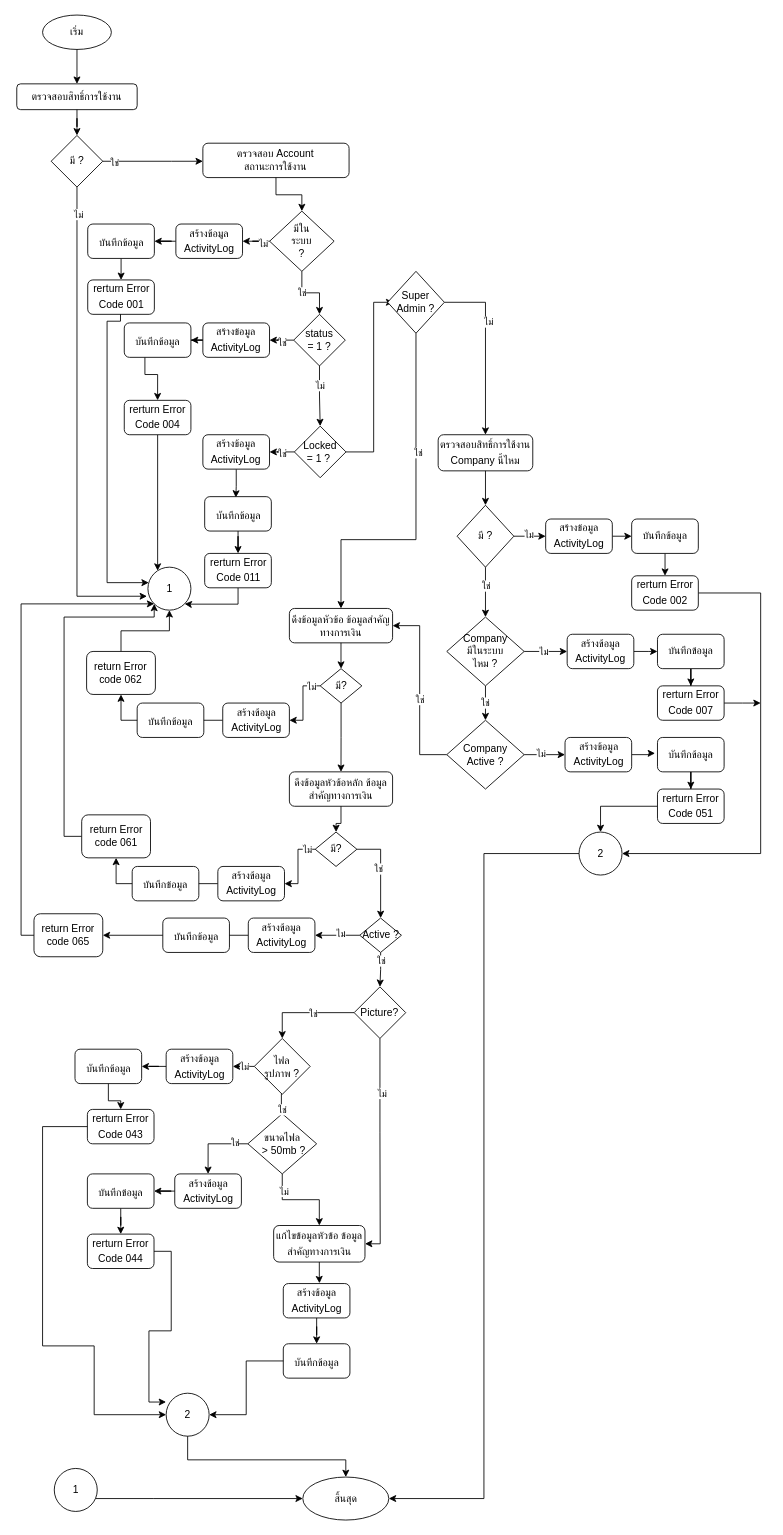
Before: page "หน้า-4" (4 of 4) of ImpotantFinancial.drawio in charifrodmanee/charifrodmanee, a draw.io diagram. Source tidied: cells renumbered, new cells numbered last; positions are measured from the earlier drawing's top-left corner, leaving out a move shared by most shapes. Both pictures are drawn from the tidied source at 86%, with x=0, y=0 at pixel (16, 15).
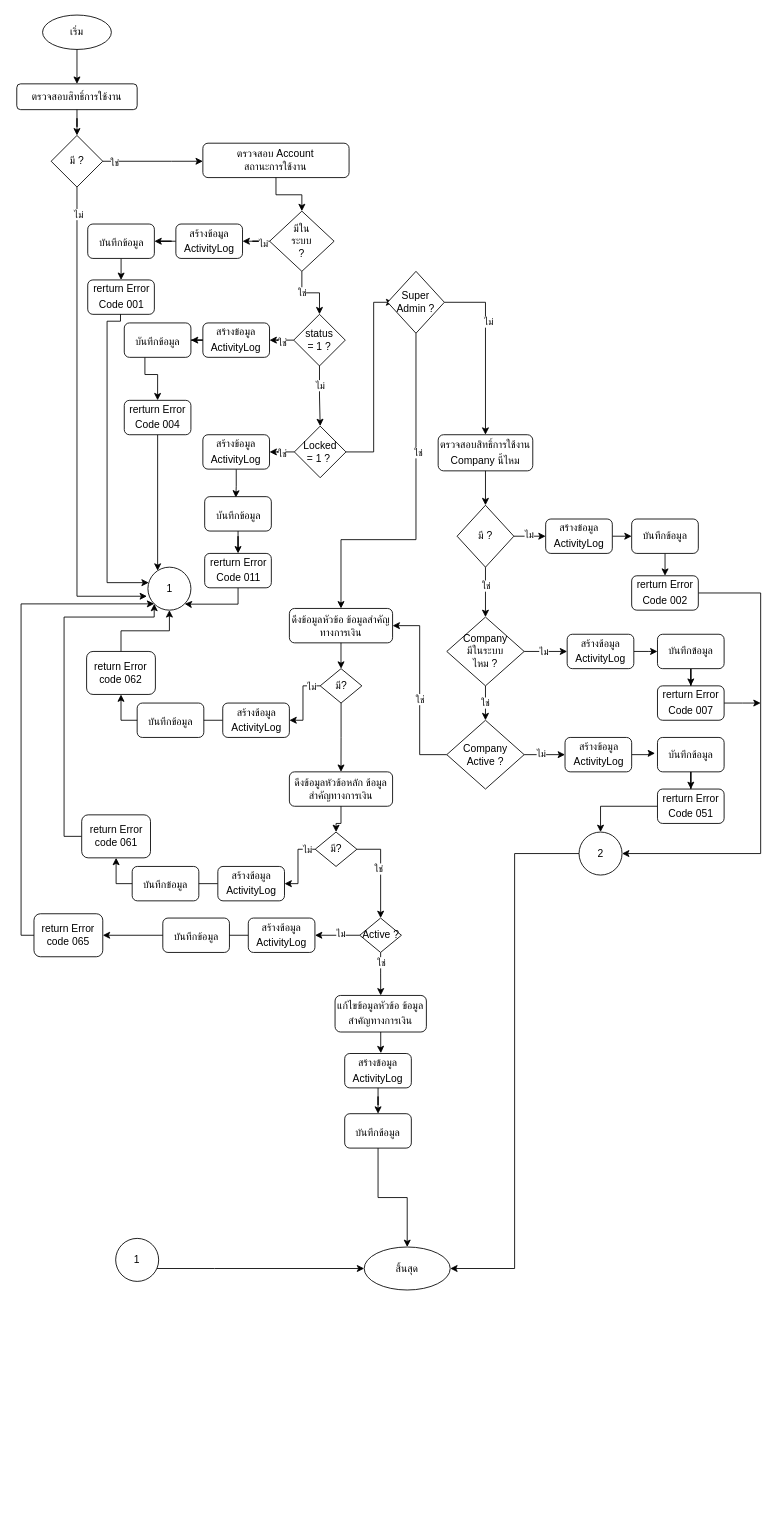
After the change.

Unchanged cells that the change refers to:
```xml
<mxCell id="101" value="Active ?" style="rhombus;whiteSpace=wrap;html=1;" parent="1" vertex="1">
  <mxGeometry x="398.8" y="1050" width="48.5" height="40" as="geometry" />
</mxCell>
```

What changed in the source:
```diff
@@
-    <mxCell id="98" style="edgeStyle=orthogonalEdgeStyle;rounded=0;jettySize=auto;html=1;entryX=0.5;entryY=0;entryDx=0;entryDy=0;" parent="1" edge="1" source="101" target="108">
+    <mxCell id="98" style="edgeStyle=orthogonalEdgeStyle;rounded=0;jettySize=auto;html=1;entryX=0.5;entryY=0;entryDx=0;entryDy=0;" parent="1" edge="1" source="101" target="113">
       <mxGeometry relative="1" as="geometry" />
     </mxCell>
@@
-    <mxCell id="108" value="Picture?" style="rhombus;whiteSpace=wrap;html=1;" parent="1" vertex="1">
-      <mxGeometry x="392.3" y="1130" width="60" height="60" as="geometry" />
-    </mxCell>
-    <mxCell id="109" style="edgeStyle=orthogonalEdgeStyle;rounded=0;jettySize=auto;html=1;entryX=0.5;entryY=0;entryDx=0;entryDy=0;" parent="1" edge="1" source="108" target="118">
-      <mxGeometry relative="1" as="geometry" />
-    </mxCell>
-    <mxCell id="110" value="ใช่" style="edgeLabel;html=1;align=center;verticalAlign=middle;" parent="109" vertex="1">
-      <mxGeometry x="-0.15" y="1" relative="1" as="geometry" />
-    </mxCell>
-    <mxCell id="111" style="group;" parent="1" vertex="1">
-      <mxGeometry x="30" y="1190" width="370" height="462.5" as="geometry" />
-    </mxCell>
-    <mxCell id="112" style="group;" parent="111" vertex="1">
-      <mxGeometry x="273.7" y="217.5" width="96.2" height="177.5" as="geometry" />
-    </mxCell>
-    <mxCell id="113" value="แก้ไขข้อมูลหัวข้อ ข้อมูลสำคัญทางการเงิน&lt;span style=&quot;font-size: medium; text-align: start;&quot;&gt;&lt;/span&gt;" style="rounded=1;whiteSpace=wrap;html=1;" parent="112" vertex="1">
-      <mxGeometry x="-5" width="106.2" height="42.5" as="geometry" />
-    </mxCell>
-    <mxCell id="114" value="สร้างข้อมูล ActivityLog&lt;span style=&quot;font-size: medium; text-align: start;&quot;&gt;&lt;/span&gt;" style="rounded=1;whiteSpace=wrap;html=1;" parent="112" vertex="1">
-      <mxGeometry x="6.2" y="67.5" width="77.5" height="40" as="geometry" />
-    </mxCell>
-    <mxCell id="115" style="edgeStyle=orthogonalEdgeStyle;rounded=0;jettySize=auto;html=1;entryX=0.543;entryY=-0.009;entryDx=0;entryDy=0;entryPerimeter=0;" parent="112" edge="1" source="113" target="114">
-      <mxGeometry relative="1" as="geometry" />
-    </mxCell>
-    <mxCell id="116" value="บันทึกข้อมูล&lt;span style=&quot;font-size: medium; text-align: start;&quot;&gt;&lt;/span&gt;" style="rounded=1;whiteSpace=wrap;html=1;" parent="112" vertex="1">
-      <mxGeometry x="6.2" y="137.5" width="77.5" height="40" as="geometry" />
-    </mxCell>
-    <mxCell id="117" style="edgeStyle=orthogonalEdgeStyle;rounded=0;jettySize=auto;html=1;" parent="112" edge="1" source="114" target="116">
-      <mxGeometry relative="1" as="geometry" />
-    </mxCell>
-    <mxCell id="118" value="ไฟล&lt;br&gt;รูปภาพ ?" style="rhombus;whiteSpace=wrap;html=1;" parent="111" vertex="1">
-      <mxGeometry x="246.2" width="65" height="65" as="geometry" />
-    </mxCell>
-    <mxCell id="119" style="edgeStyle=orthogonalEdgeStyle;rounded=0;jettySize=auto;html=1;entryX=0.5;entryY=0;entryDx=0;entryDy=0;" parent="111" edge="1" source="121" target="113">
-      <mxGeometry relative="1" as="geometry" />
-    </mxCell>
-    <mxCell id="120" value="ไม่" style="edgeLabel;html=1;align=center;verticalAlign=middle;" parent="119" vertex="1">
-      <mxGeometry x="-0.62" y="2" relative="1" as="geometry" />
-    </mxCell>
-    <mxCell id="121" value="ขนาดไฟล&lt;br&gt;&amp;nbsp;&amp;gt; 50mb ?" style="rhombus;whiteSpace=wrap;html=1;" parent="111" vertex="1">
-      <mxGeometry x="238.7" y="87.5" width="80" height="70" as="geometry" />
-    </mxCell>
-    <mxCell id="122" style="edgeStyle=orthogonalEdgeStyle;rounded=0;jettySize=auto;html=1;" parent="111" edge="1" source="118" target="121">
-      <mxGeometry relative="1" as="geometry">
-        <Array as="points">
-          <mxPoint x="277.7" y="85.5" />
-          <mxPoint x="278.7" y="85.5" />
-        </Array>
-      </mxGeometry>
-    </mxCell>
-    <mxCell id="123" value="ใช่" style="edgeLabel;html=1;align=center;verticalAlign=middle;" parent="122" vertex="1">
-      <mxGeometry x="0.47" y="1" relative="1" as="geometry" />
-    </mxCell>
-    <mxCell id="124" value="rerturn Error Code 043&lt;span style=&quot;font-size: medium; text-align: start;&quot;&gt;&lt;/span&gt;" style="rounded=1;whiteSpace=wrap;html=1;" parent="111" vertex="1">
-      <mxGeometry x="52.1" y="82.5" width="77.5" height="40" as="geometry" />
-    </mxCell>
-    <mxCell id="125" value="สร้างข้อมูล ActivityLog&lt;span style=&quot;font-size: medium; text-align: start;&quot;&gt;&lt;/span&gt;" style="rounded=1;whiteSpace=wrap;html=1;" parent="111" vertex="1">
-      <mxGeometry x="143.7" y="12.5" width="77.5" height="40" as="geometry" />
-    </mxCell>
-    <mxCell id="126" style="edgeStyle=orthogonalEdgeStyle;rounded=0;jettySize=auto;html=1;" parent="111" edge="1" source="118" target="125">
-      <mxGeometry relative="1" as="geometry" />
-    </mxCell>
-    <mxCell id="127" value="ไม่" style="edgeLabel;html=1;align=center;verticalAlign=middle;" parent="126" vertex="1">
-      <mxGeometry x="0.54" relative="1" as="geometry" />
-    </mxCell>
-    <mxCell id="128" style="edgeStyle=orthogonalEdgeStyle;rounded=0;jettySize=auto;html=1;entryX=0.5;entryY=0;entryDx=0;entryDy=0;" parent="111" edge="1" source="129" target="124">
-      <mxGeometry relative="1" as="geometry" />
-    </mxCell>
-    <mxCell id="129" value="บันทึกข้อมูล&lt;span style=&quot;font-size: medium; text-align: start;&quot;&gt;&lt;/span&gt;" style="rounded=1;whiteSpace=wrap;html=1;" parent="111" vertex="1">
-      <mxGeometry x="37.7" y="12.5" width="77.5" height="40" as="geometry" />
-    </mxCell>
-    <mxCell id="130" style="edgeStyle=orthogonalEdgeStyle;rounded=0;jettySize=auto;html=1;" parent="111" edge="1" source="125" target="129">
-      <mxGeometry relative="1" as="geometry" />
-    </mxCell>
-    <mxCell id="131" value="rerturn Error Code 044&lt;span style=&quot;font-size: medium; text-align: start;&quot;&gt;&lt;/span&gt;" style="rounded=1;whiteSpace=wrap;html=1;" parent="111" vertex="1">
-      <mxGeometry x="52.1" y="227.5" width="77.5" height="40" as="geometry" />
-    </mxCell>
-    <mxCell id="132" value="สร้างข้อมูล ActivityLog&lt;span style=&quot;font-size: medium; text-align: start;&quot;&gt;&lt;/span&gt;" style="rounded=1;whiteSpace=wrap;html=1;" parent="111" vertex="1">
-      <mxGeometry x="153.7" y="157.5" width="77.5" height="40" as="geometry" />
-    </mxCell>
-    <mxCell id="133" style="edgeStyle=orthogonalEdgeStyle;rounded=0;jettySize=auto;html=1;entryX=0.5;entryY=0;entryDx=0;entryDy=0;" parent="111" edge="1" source="121" target="132">
-      <mxGeometry relative="1" as="geometry" />
-    </mxCell>
-    <mxCell id="134" value="ใช่" style="edgeLabel;html=1;align=center;verticalAlign=middle;" parent="133" vertex="1">
-      <mxGeometry x="-0.62" y="-1" relative="1" as="geometry" />
-    </mxCell>
-    <mxCell id="135" style="edgeStyle=orthogonalEdgeStyle;rounded=0;jettySize=auto;html=1;" parent="111" edge="1" source="136" target="131">
-      <mxGeometry relative="1" as="geometry" />
-    </mxCell>
-    <mxCell id="136" value="บันทึกข้อมูล&lt;span style=&quot;font-size: medium; text-align: start;&quot;&gt;&lt;/span&gt;" style="rounded=1;whiteSpace=wrap;html=1;" parent="111" vertex="1">
-      <mxGeometry x="52.1" y="157.5" width="77.5" height="40" as="geometry" />
-    </mxCell>
-    <mxCell id="137" style="edgeStyle=orthogonalEdgeStyle;rounded=0;jettySize=auto;html=1;entryX=1;entryY=0.5;entryDx=0;entryDy=0;" parent="111" edge="1" source="132" target="136">
-      <mxGeometry relative="1" as="geometry" />
-    </mxCell>
-    <mxCell id="138" value="2" style="ellipse;whiteSpace=wrap;html=1;" parent="111" vertex="1">
-      <mxGeometry x="143.7" y="412.5" width="50" height="50" as="geometry" />
-    </mxCell>
-    <mxCell id="139" style="edgeStyle=orthogonalEdgeStyle;rounded=0;jettySize=auto;html=1;entryX=0;entryY=0.5;entryDx=0;entryDy=0;" parent="111" edge="1" source="124" target="138">
-      <mxGeometry relative="1" as="geometry">
-        <Array as="points">
-          <mxPoint y="102.5" />
-          <mxPoint y="357.5" />
-          <mxPoint x="60" y="357.5" />
-          <mxPoint x="60" y="437.5" />
-        </Array>
-      </mxGeometry>
-    </mxCell>
-    <mxCell id="140" style="edgeStyle=orthogonalEdgeStyle;rounded=0;jettySize=auto;html=1;entryX=1;entryY=0.5;entryDx=0;entryDy=0;" parent="111" edge="1" source="116" target="138">
-      <mxGeometry relative="1" as="geometry" />
-    </mxCell>
-    <mxCell id="141" style="edgeStyle=orthogonalEdgeStyle;rounded=0;jettySize=auto;html=1;entryX=-0.002;entryY=0.205;entryDx=0;entryDy=0;entryPerimeter=0;" parent="111" edge="1" source="131" target="138">
-      <mxGeometry relative="1" as="geometry" />
-    </mxCell>
-    <mxCell id="142" style="edgeStyle=orthogonalEdgeStyle;rounded=0;jettySize=auto;html=1;entryX=1;entryY=0.5;entryDx=0;entryDy=0;" parent="1" edge="1" source="108" target="113">
-      <mxGeometry relative="1" as="geometry">
-        <Array as="points">
-          <mxPoint x="422.6" y="1299" />
-          <mxPoint x="422.6" y="1429" />
-        </Array>
-      </mxGeometry>
-    </mxCell>
-    <mxCell id="143" value="ไม่" style="edgeLabel;html=1;align=center;verticalAlign=middle;" parent="142" vertex="1">
-      <mxGeometry x="-0.51" y="2" relative="1" as="geometry" />
-    </mxCell>
-    <mxCell id="144" value="สิ้นสุด" style="ellipse;whiteSpace=wrap;html=1;" parent="1" vertex="1">
-      <mxGeometry x="332.6" y="1700" width="100" height="50" as="geometry" />
-    </mxCell>
-    <mxCell id="145" style="edgeStyle=orthogonalEdgeStyle;rounded=0;jettySize=auto;html=1;entryX=0.5;entryY=0;entryDx=0;entryDy=0;" parent="1" edge="1" source="138" target="144">
-      <mxGeometry relative="1" as="geometry">
-        <Array as="points">
-          <mxPoint x="198.6" y="1680" />
-          <mxPoint x="382.6" y="1680" />
-        </Array>
-      </mxGeometry>
-    </mxCell>
-    <mxCell id="146" style="edgeStyle=orthogonalEdgeStyle;rounded=0;jettySize=auto;html=1;" parent="1" edge="1" source="147" target="144">
-      <mxGeometry relative="1" as="geometry">
-        <Array as="points">
-          <mxPoint x="158.6" y="1725" />
-          <mxPoint x="158.6" y="1725" />
-        </Array>
-      </mxGeometry>
-    </mxCell>
-    <mxCell id="147" value="1" style="ellipse;whiteSpace=wrap;html=1;" parent="1" vertex="1">
-      <mxGeometry x="43.6" y="1690" width="50" height="50" as="geometry" />
-    </mxCell>
@@
+    <mxCell id="160" style="group;" parent="1" vertex="1">
+      <mxGeometry x="115" y="1140" width="389" height="342.5" as="geometry" />
+    </mxCell>
+    <mxCell id="144" value="สิ้นสุด" style="ellipse;whiteSpace=wrap;html=1;" parent="160" vertex="1">
+      <mxGeometry x="289" y="292.5" width="100" height="50" as="geometry" />
+    </mxCell>
+    <mxCell id="146" style="edgeStyle=orthogonalEdgeStyle;rounded=0;jettySize=auto;html=1;" parent="160" edge="1" source="147" target="144">
+      <mxGeometry relative="1" as="geometry">
+        <Array as="points">
+          <mxPoint x="115" y="317.5" />
+          <mxPoint x="115" y="317.5" />
+        </Array>
+      </mxGeometry>
+    </mxCell>
+    <mxCell id="147" value="1" style="ellipse;whiteSpace=wrap;html=1;" parent="160" vertex="1">
+      <mxGeometry y="282.5" width="50" height="50" as="geometry" />
+    </mxCell>
+    <mxCell id="112" style="group;" parent="160" vertex="1">
+      <mxGeometry x="260.1" width="96.2" height="177.5" as="geometry" />
+    </mxCell>
+    <mxCell id="113" value="แก้ไขข้อมูลหัวข้อ ข้อมูลสำคัญทางการเงิน&lt;span style=&quot;font-size: medium; text-align: start;&quot;&gt;&lt;/span&gt;" style="rounded=1;whiteSpace=wrap;html=1;" parent="112" vertex="1">
+      <mxGeometry x="-5" width="106.2" height="42.5" as="geometry" />
+    </mxCell>
+    <mxCell id="114" value="สร้างข้อมูล ActivityLog&lt;span style=&quot;font-size: medium; text-align: start;&quot;&gt;&lt;/span&gt;" style="rounded=1;whiteSpace=wrap;html=1;" parent="112" vertex="1">
+      <mxGeometry x="6.2" y="67.5" width="77.5" height="40" as="geometry" />
+    </mxCell>
+    <mxCell id="115" style="edgeStyle=orthogonalEdgeStyle;rounded=0;jettySize=auto;html=1;entryX=0.543;entryY=-0.009;entryDx=0;entryDy=0;entryPerimeter=0;" parent="112" edge="1" source="113" target="114">
+      <mxGeometry relative="1" as="geometry" />
+    </mxCell>
+    <mxCell id="116" value="บันทึกข้อมูล&lt;span style=&quot;font-size: medium; text-align: start;&quot;&gt;&lt;/span&gt;" style="rounded=1;whiteSpace=wrap;html=1;" parent="112" vertex="1">
+      <mxGeometry x="6.2" y="137.5" width="77.5" height="40" as="geometry" />
+    </mxCell>
+    <mxCell id="117" style="edgeStyle=orthogonalEdgeStyle;rounded=0;jettySize=auto;html=1;" parent="112" edge="1" source="114" target="116">
+      <mxGeometry relative="1" as="geometry" />
+    </mxCell>
+    <mxCell id="161" style="edgeStyle=orthogonalEdgeStyle;rounded=0;jettySize=auto;html=1;" parent="160" edge="1" source="116" target="144">
+      <mxGeometry relative="1" as="geometry" />
+    </mxCell>
```
